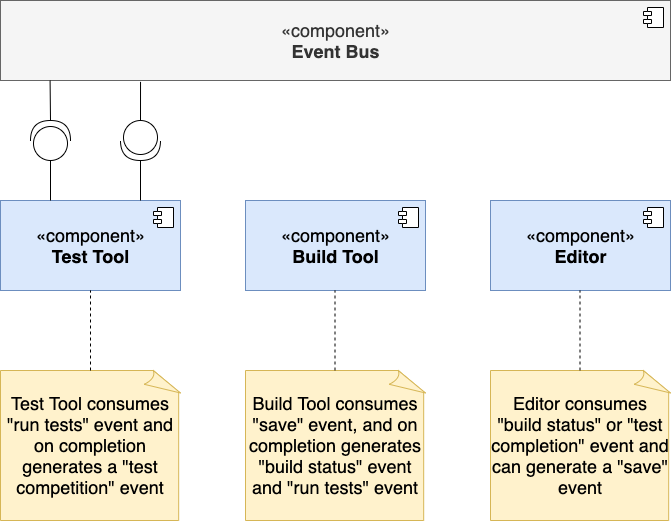
smitbmx/Architecture-Diagrams keeps this draw.io diagram as Architectural styles/Implicit Invocation Systems/EventBasedComponentDiagram.png. Above is the earlier version. Source tidied: cells renumbered, new cells last; positions are measured from the earlier drawing's top-left corner, leaving out a move shared by most shapes.
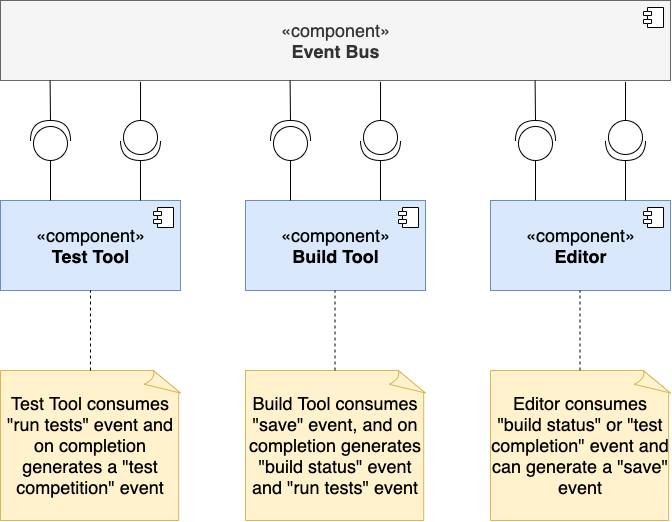
Above is the later version.

Change to the diagram source:
```diff
@@ -80,5 +80,57 @@
     <mxCell id="21" style="endArrow=none;html=1;rounded=0;fontSize=18;exitX=1;exitY=0.5;exitDx=0;exitDy=0;exitPerimeter=0;entryX=0.074;entryY=1.013;entryDx=0;entryDy=0;entryPerimeter=0;" parent="1" edge="1" source="17" target="2">
       <mxGeometry relative="1" as="geometry" />
     </mxCell>
+    <mxCell id="22" style="shape=providedRequiredInterface;html=1;verticalLabelPosition=bottom;sketch=0;fontSize=18;rotation=90;" parent="1" vertex="1">
+      <mxGeometry x="360" y="120" width="40" height="40" as="geometry" />
+    </mxCell>
+    <mxCell id="23" style="shape=providedRequiredInterface;html=1;verticalLabelPosition=bottom;sketch=0;fontSize=18;rotation=-90;" parent="1" vertex="1">
+      <mxGeometry x="270" y="120" width="40" height="40" as="geometry" />
+    </mxCell>
+    <mxCell id="24" style="endArrow=none;html=1;rounded=0;fontSize=18;exitX=1;exitY=0.5;exitDx=0;exitDy=0;exitPerimeter=0;" parent="1" edge="1" source="22">
+      <mxGeometry relative="1" as="geometry">
+        <mxPoint x="380" y="200" as="targetPoint" />
+      </mxGeometry>
+    </mxCell>
+    <mxCell id="25" style="endArrow=none;html=1;rounded=0;fontSize=18;entryX=0;entryY=0.5;entryDx=0;entryDy=0;entryPerimeter=0;" parent="1" edge="1" target="23">
+      <mxGeometry relative="1" as="geometry">
+        <mxPoint x="290" y="200" as="sourcePoint" />
+      </mxGeometry>
+    </mxCell>
+    <mxCell id="26" style="endArrow=none;html=1;rounded=0;fontSize=18;exitX=0;exitY=0.5;exitDx=0;exitDy=0;exitPerimeter=0;entryX=0.209;entryY=1.017;entryDx=0;entryDy=0;entryPerimeter=0;" parent="1" edge="1" source="22">
+      <mxGeometry relative="1" as="geometry">
+        <mxPoint x="380" y="81.4" as="targetPoint" />
+      </mxGeometry>
+    </mxCell>
+    <mxCell id="27" style="endArrow=none;html=1;rounded=0;fontSize=18;exitX=1;exitY=0.5;exitDx=0;exitDy=0;exitPerimeter=0;entryX=0.074;entryY=1.013;entryDx=0;entryDy=0;entryPerimeter=0;" parent="1" edge="1" source="23">
+      <mxGeometry relative="1" as="geometry">
+        <mxPoint x="289.6" y="80.1" as="targetPoint" />
+      </mxGeometry>
+    </mxCell>
+    <mxCell id="28" style="shape=providedRequiredInterface;html=1;verticalLabelPosition=bottom;sketch=0;fontSize=18;rotation=90;" parent="1" vertex="1">
+      <mxGeometry x="605" y="120" width="40" height="40" as="geometry" />
+    </mxCell>
+    <mxCell id="29" style="shape=providedRequiredInterface;html=1;verticalLabelPosition=bottom;sketch=0;fontSize=18;rotation=-90;" parent="1" vertex="1">
+      <mxGeometry x="515" y="120" width="40" height="40" as="geometry" />
+    </mxCell>
+    <mxCell id="30" style="endArrow=none;html=1;rounded=0;fontSize=18;exitX=1;exitY=0.5;exitDx=0;exitDy=0;exitPerimeter=0;" parent="1" edge="1" source="28">
+      <mxGeometry relative="1" as="geometry">
+        <mxPoint x="625" y="200" as="targetPoint" />
+      </mxGeometry>
+    </mxCell>
+    <mxCell id="31" style="endArrow=none;html=1;rounded=0;fontSize=18;entryX=0;entryY=0.5;entryDx=0;entryDy=0;entryPerimeter=0;" parent="1" edge="1" target="29">
+      <mxGeometry relative="1" as="geometry">
+        <mxPoint x="535" y="200" as="sourcePoint" />
+      </mxGeometry>
+    </mxCell>
+    <mxCell id="32" style="endArrow=none;html=1;rounded=0;fontSize=18;exitX=0;exitY=0.5;exitDx=0;exitDy=0;exitPerimeter=0;entryX=0.209;entryY=1.017;entryDx=0;entryDy=0;entryPerimeter=0;" parent="1" edge="1" source="28">
+      <mxGeometry relative="1" as="geometry">
+        <mxPoint x="625" y="81.4" as="targetPoint" />
+      </mxGeometry>
+    </mxCell>
+    <mxCell id="33" style="endArrow=none;html=1;rounded=0;fontSize=18;exitX=1;exitY=0.5;exitDx=0;exitDy=0;exitPerimeter=0;entryX=0.074;entryY=1.013;entryDx=0;entryDy=0;entryPerimeter=0;" parent="1" edge="1" source="29">
+      <mxGeometry relative="1" as="geometry">
+        <mxPoint x="534.6" y="80.1" as="targetPoint" />
+      </mxGeometry>
+    </mxCell>
   </root>
 </mxGraphModel>
```
